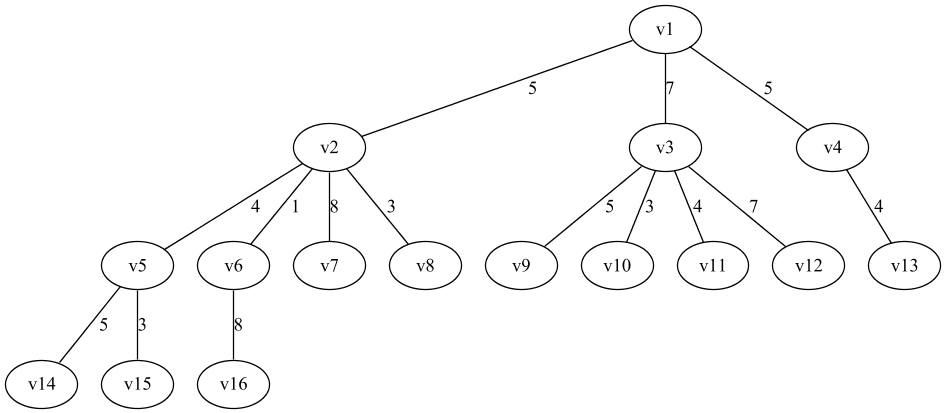
Above: GKA/gkap/build/graphviz/graph08.png in adrian-helberg/ws2018 (Graphviz), before the change. Its source is kept beside it as GKA/gkap/src/main/graphviz/graph08.dot. The source it was exported from:
```dot
graph {
v1--v2[label=5];
v1--v3[label=7];
v1--v4[label=5];
v2--v5[label=4];
v2--v6[label=1];
v2--v7[label=8];
v2--v8[label=3];
v3--v9[label=5];
v3--v10[label=3];
v3--v11[label=4];
v3--v12[label=7];
v4--v13[label=4];
v5--v14[label=5];
v5--v15[label=3];
v6--v16[label=8];
}
```
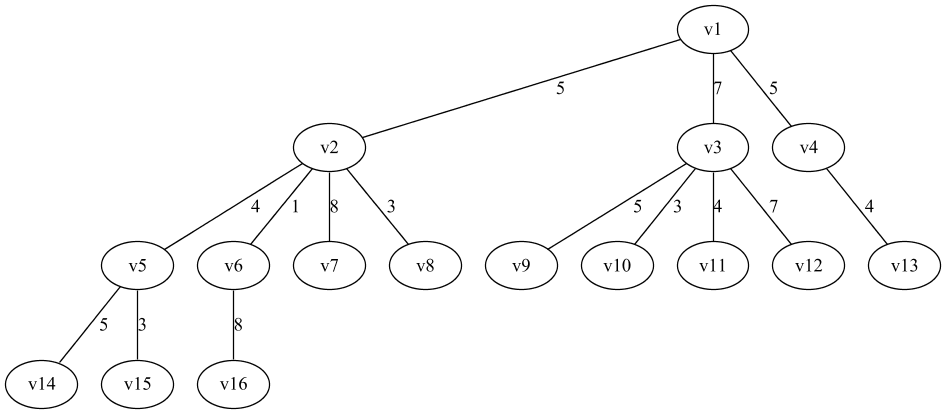
After the commit.

What changed in the source:
```diff
@@ -1,17 +1,17 @@
 graph {
-v1--v2[label=5];
-v1--v3[label=7];
-v1--v4[label=5];
-v2--v5[label=4];
-v2--v6[label=1];
-v2--v7[label=8];
-v2--v8[label=3];
-v3--v9[label=5];
-v3--v10[label=3];
-v3--v11[label=4];
-v3--v12[label=7];
-v4--v13[label=4];
-v5--v14[label=5];
-v5--v15[label=3];
-v6--v16[label=8];
+v1--v2[label=5, weight=5];
+v1--v3[label=7, weight=7];
+v1--v4[label=5, weight=5];
+v2--v5[label=4, weight=4];
+v2--v6[label=1, weight=1];
+v2--v7[label=8, weight=8];
+v2--v8[label=3, weight=3];
+v3--v9[label=5, weight=5];
+v3--v10[label=3, weight=3];
+v3--v11[label=4, weight=4];
+v3--v12[label=7, weight=7];
+v4--v13[label=4, weight=4];
+v5--v14[label=5, weight=5];
+v5--v15[label=3, weight=3];
+v6--v16[label=8, weight=8];
 }
```
